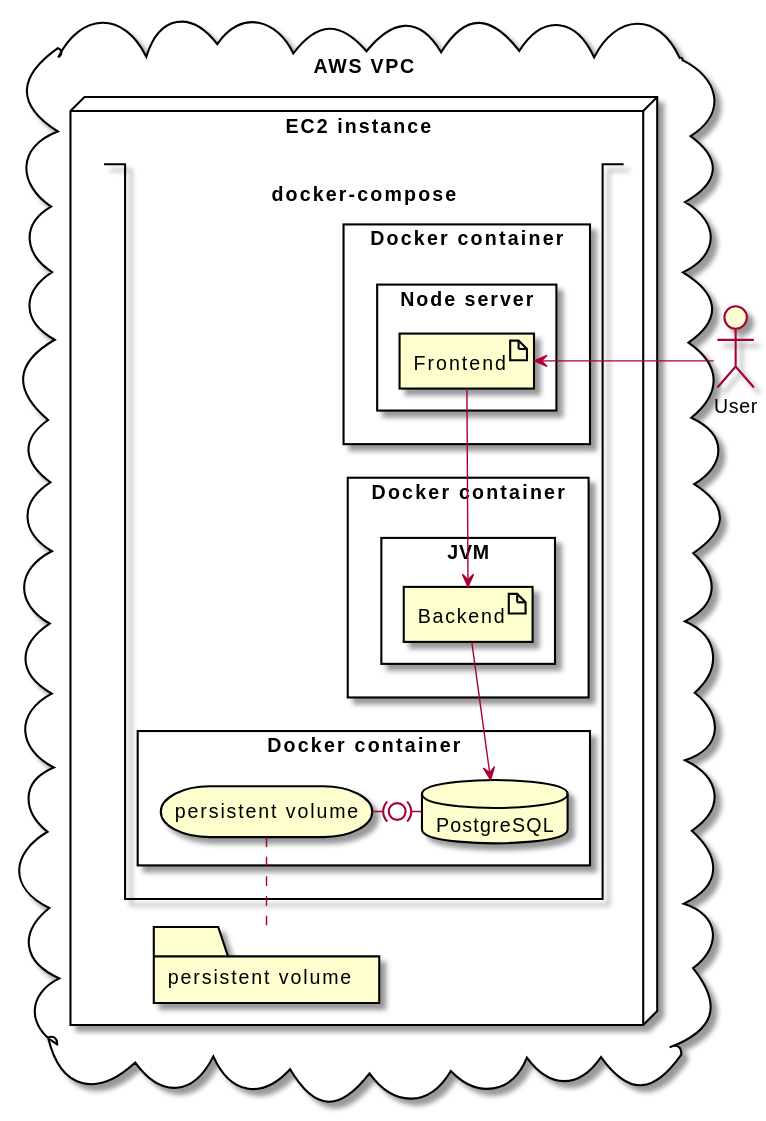
This is deployment/deployment.svg from opendemobank/diagrams, a PlantUML export, as it was before one commit. The source it was exported from:
```plantuml
@startuml
actor "User" as u

cloud "AWS VPC" {
    node "EC2 instance" {
        stack "docker-compose" {
            rectangle "Docker container" as d1 {
                rectangle "Node server" {
                    artifact "Frontend" as f
                }
            }
            rectangle "Docker container" as d2 {
                rectangle "JVM" {
                    artifact "Backend" as b
                }
            }
            rectangle "Docker container" as d3 {
                database "PostgreSQL" as db
                storage "persistent volume" as pv
                db -left(0)- pv
            }
            f -down-> b
            b -down-> db
        }
        folder "persistent volume" as pvf
        pv .down. pvf
    }
}

u -right-> f
@enduml
```
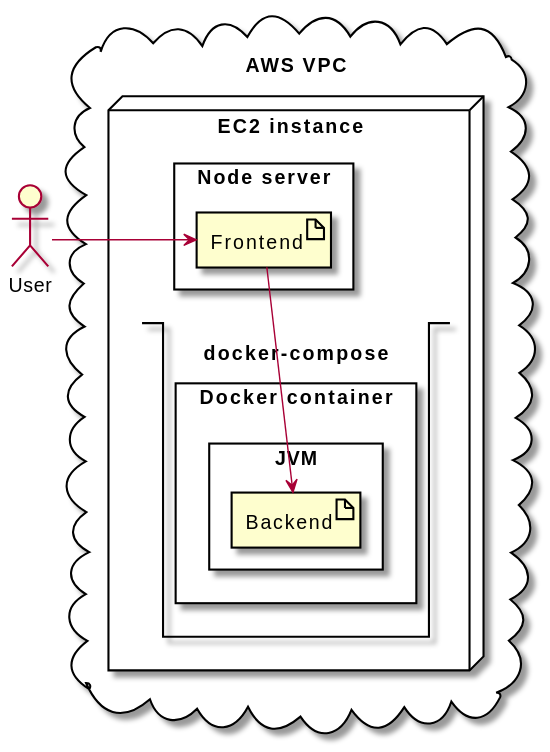
The same diagram one commit later.

Commit message:
Update deployment diagram

Change to the diagram source:
```diff
@@ -3,27 +3,17 @@
 
 cloud "AWS VPC" {
     node "EC2 instance" {
+      rectangle "Node server" {
+        artifact "Frontend" as f
+      }
         stack "docker-compose" {
-            rectangle "Docker container" as d1 {
-                rectangle "Node server" {
-                    artifact "Frontend" as f
-                }
-            }
             rectangle "Docker container" as d2 {
                 rectangle "JVM" {
                     artifact "Backend" as b
                 }
             }
-            rectangle "Docker container" as d3 {
-                database "PostgreSQL" as db
-                storage "persistent volume" as pv
-                db -left(0)- pv
-            }
-            f -down-> b
-            b -down-> db
         }
-        folder "persistent volume" as pvf
-        pv .down. pvf
+        f -down-> b
     }
 }
 
```
